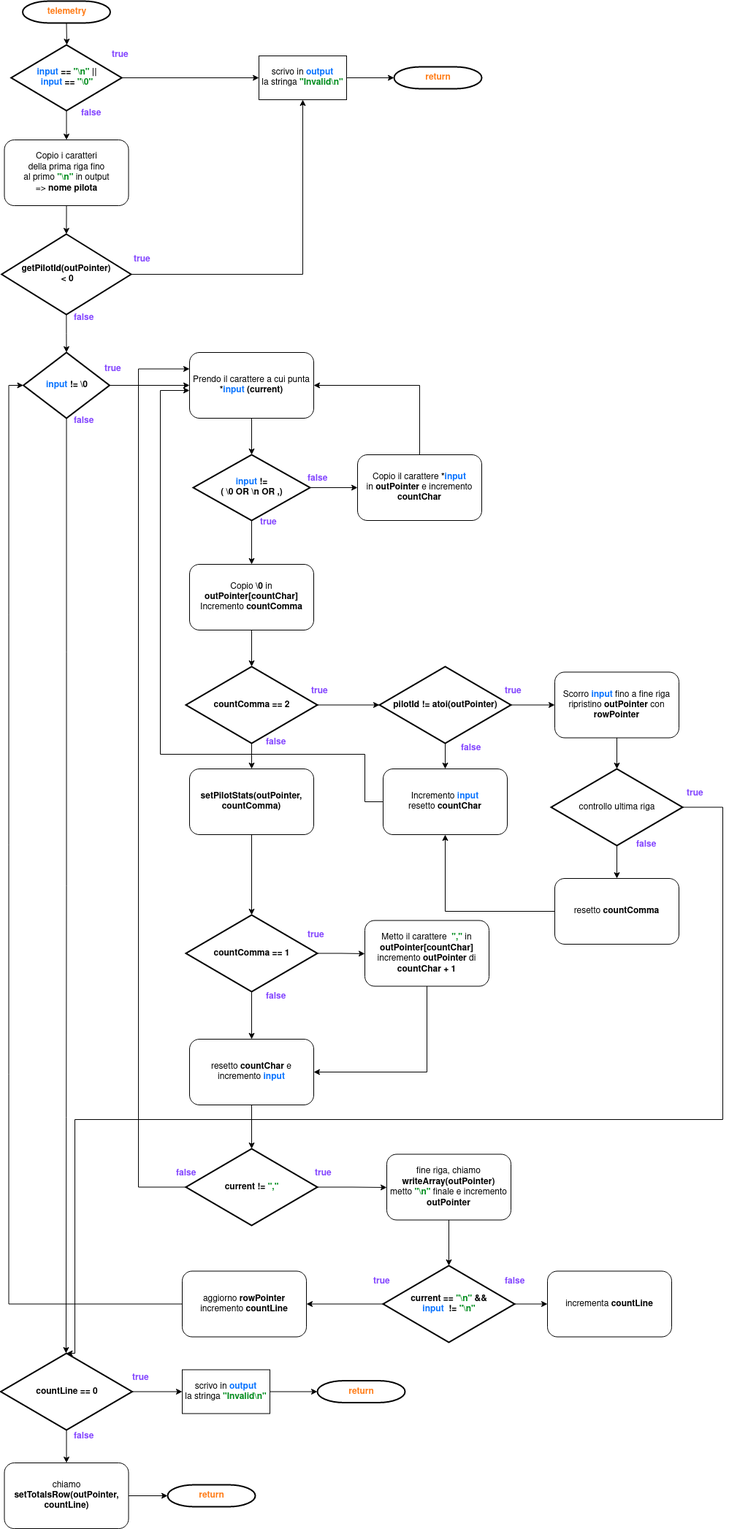
Above: relazione/resources/img/flow-char-tlm.png in vivia1990/univr-assembly-2022 (draw.io), before the change. Source tidied: cells renumbered, new cells last; positions are measured from the earlier drawing's top-left corner, leaving out a move shared by most shapes.
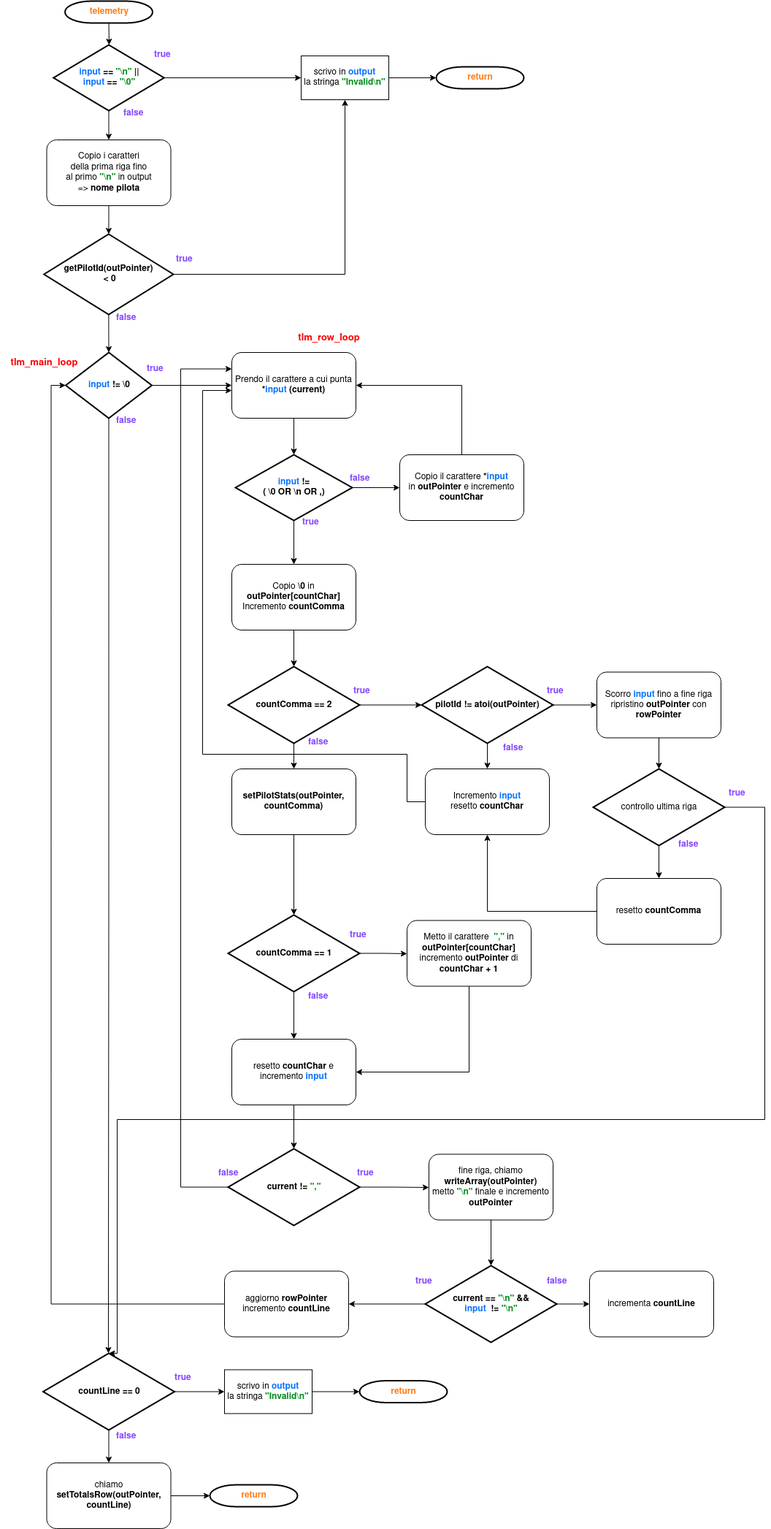
The same diagram one commit later.

Diff of the diagram source:
```diff
@@ -325,5 +325,11 @@
     <mxCell id="94" value="&lt;div&gt;&lt;font color=&quot;#000000&quot;&gt;Copio i caratteri&lt;/font&gt;&lt;/div&gt;&lt;div&gt;&lt;font color=&quot;#000000&quot;&gt;della prima riga fino&lt;/font&gt;&lt;/div&gt;&lt;div&gt;&lt;font color=&quot;#000000&quot;&gt;al primo&amp;nbsp;&lt;b&gt;&lt;/b&gt;&lt;/font&gt;&lt;font color=&quot;#000000&quot;&gt;&lt;b&gt;&lt;font color=&quot;#000000&quot;&gt;&lt;b&gt;&lt;font color=&quot;#0873FF&quot;&gt;&lt;font color=&quot;#0873FF&quot;&gt;&lt;font color=&quot;#000000&quot;&gt;&lt;font color=&quot;#008C1C&quot;&gt;&lt;b&gt;&quot;\n&quot;&lt;/b&gt;&lt;/font&gt;&lt;/font&gt;&lt;/font&gt;&lt;/font&gt;&lt;/b&gt;&lt;/font&gt; &lt;/b&gt;in output&lt;br&gt;&lt;/font&gt;&lt;/div&gt;&lt;div&gt;&lt;font color=&quot;#000000&quot;&gt;=&amp;gt; &lt;b&gt;nome pilota&lt;/b&gt;&lt;/font&gt;&lt;br&gt;&lt;/div&gt;" style="rounded=1;whiteSpace=wrap;html=1;fontColor=#008C1C;" parent="1" vertex="1">
       <mxGeometry x="5.5" y="190" width="170" height="90" as="geometry" />
     </mxCell>
+    <mxCell id="95" value="&lt;b&gt;tlm_main_loop&lt;/b&gt;" style="text;html=1;align=center;verticalAlign=middle;strokeColor=none;fillColor=none;fontSize=13;fontColor=#FF0000;" parent="1" vertex="1">
+      <mxGeometry x="-58" y="480" width="120" height="30" as="geometry" />
+    </mxCell>
+    <mxCell id="96" value="&lt;div&gt;&lt;b&gt;tlm_row_loop&lt;/b&gt;&lt;/div&gt;" style="text;html=1;align=center;verticalAlign=middle;strokeColor=none;fillColor=none;fontSize=13;fontColor=#FF0000;" parent="1" vertex="1">
+      <mxGeometry x="337" y="446" width="110" height="30" as="geometry" />
+    </mxCell>
   </root>
 </mxGraphModel>
```
